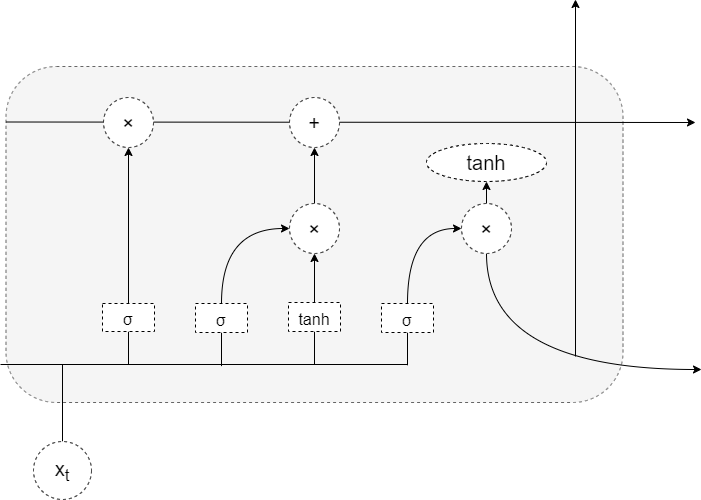
The draw.io diagram Untitled Diagram.drawio.png in lakomi/pictures, before a commit. Source tidied: cells renumbered, new cells last; positions are measured from the earlier drawing's top-left corner, leaving out a move shared by most shapes.
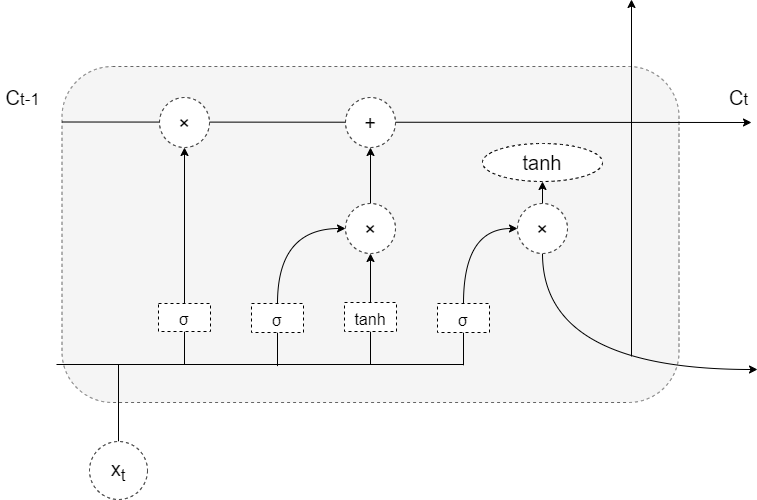
After the change.

Change to the diagram source:
```diff
@@ -105,5 +105,11 @@
         <mxPoint x="575" as="targetPoint" />
       </mxGeometry>
     </mxCell>
+    <mxCell id="28" value="C&lt;span style=&quot;font-size: 16.6667px&quot;&gt;t&lt;br&gt;&lt;/span&gt;" style="text;html=1;align=center;verticalAlign=middle;strokeColor=none;fillColor=none;fontSize=20;" parent="1" vertex="1">
+      <mxGeometry x="667" y="83" width="29" height="30" as="geometry" />
+    </mxCell>
+    <mxCell id="29" value="C&lt;span style=&quot;font-size: 16.6667px&quot;&gt;t-1&lt;br&gt;&lt;/span&gt;" style="text;html=1;align=center;verticalAlign=middle;strokeColor=none;fillColor=none;fontSize=20;" parent="1" vertex="1">
+      <mxGeometry x="-56" y="83" width="44" height="30" as="geometry" />
+    </mxCell>
   </root>
 </mxGraphModel>
```
